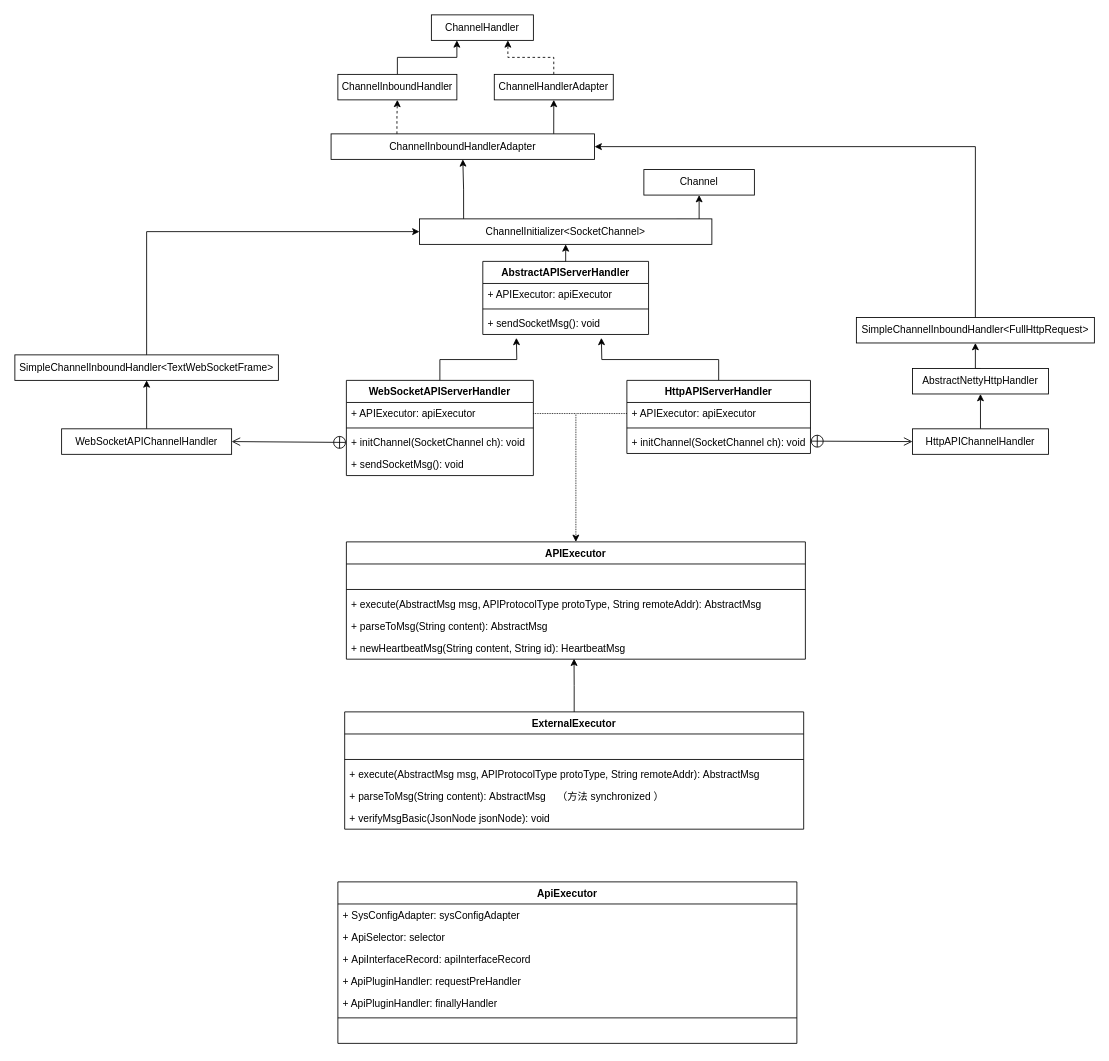
Earlier version of the draw.io diagram Untitled Diagram.drawio (haojava/diagrams). Source tidied: cells renumbered, new cells numbered last; positions are measured from the earlier drawing's top-left corner, leaving out a move shared by most shapes. Both pictures are drawn from the tidied source at 85%, with x=0, y=0 at pixel (14, 14).
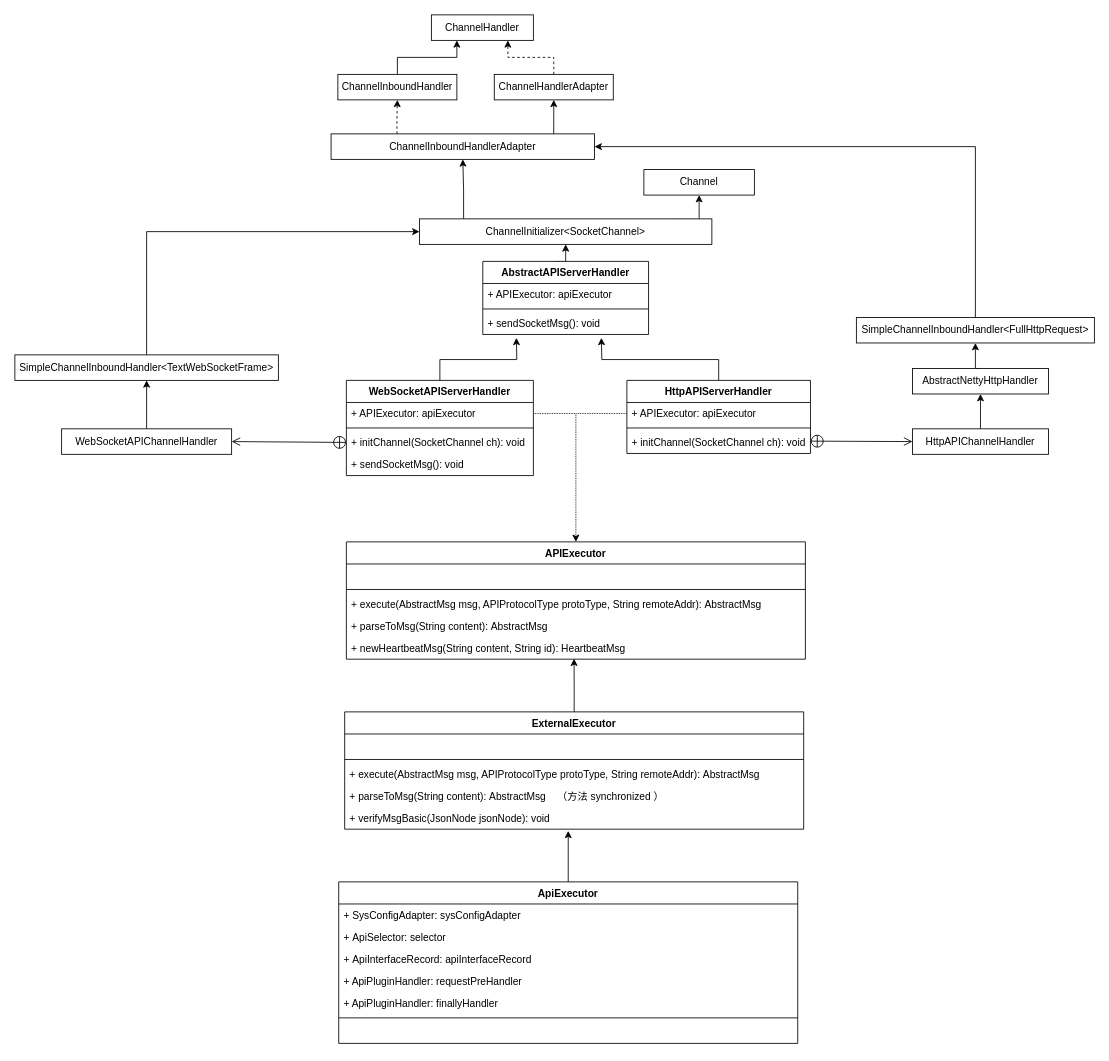
Above is the later version.

Diff of the diagram source:
```diff
@@
+    <mxCell id="65" style="edgeStyle=orthogonalEdgeStyle;rounded=0;jettySize=auto;html=1;exitX=0.5;exitY=0;exitDx=0;exitDy=0;fontColor=#FF1900;endArrow=classic;endFill=1;" parent="1" edge="1" source="57">
+      <mxGeometry relative="1" as="geometry">
+        <mxPoint x="651" y="960" as="targetPoint" />
+      </mxGeometry>
+    </mxCell>
     <mxCell id="57" value="ApiExecutor" style="swimlane;fontStyle=1;align=center;verticalAlign=top;horizontal=1;startSize=26;" parent="1" vertex="1">
-      <mxGeometry x="380" y="1020" width="540" height="190" as="geometry" />
+      <mxGeometry x="381" y="1020" width="540" height="190" as="geometry" />
     </mxCell>
```
